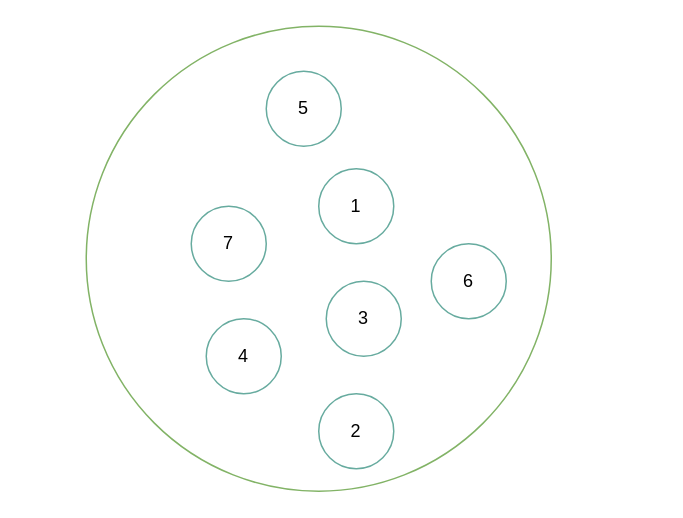
The draw.io diagram images/structure/01-01.drawio in overnote/over-algorithm, before the edit. Source tidied: cells renumbered, new cells numbered last; positions are measured from the earlier drawing's top-left corner, leaving out a move shared by most shapes. Both pictures are drawn from the tidied source at 150%, with x=0, y=0 at pixel (86, 26).
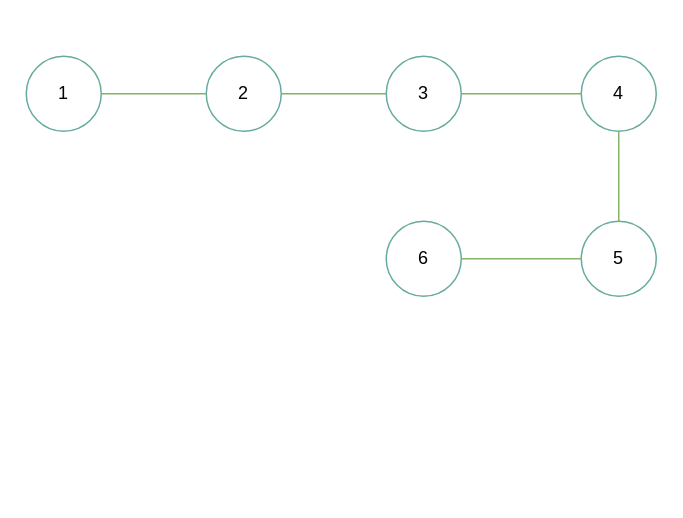
Above is the later version.

The edit, as a diff of the source:
```diff
@@
 <mxGraphModel>
   <root>
     <mxCell id="0" />
     <mxCell id="1" parent="0" />
-    <mxCell id="2" style="ellipse;whiteSpace=wrap;html=1;fillColor=none;strokeColor=#82b366;" parent="1" vertex="1">
-      <mxGeometry width="310" height="310" as="geometry" />
-    </mxCell>
-    <mxCell id="3" value="7" style="ellipse;whiteSpace=wrap;html=1;fillColor=none;strokeColor=#67AB9F;" parent="1" vertex="1">
-      <mxGeometry x="70" y="120" width="50" height="50" as="geometry" />
-    </mxCell>
-    <mxCell id="4" value="5" style="ellipse;whiteSpace=wrap;html=1;fillColor=none;strokeColor=#67AB9F;" parent="1" vertex="1">
-      <mxGeometry x="120" y="30" width="50" height="50" as="geometry" />
+    <mxCell id="4" value="4" style="ellipse;whiteSpace=wrap;html=1;fillColor=none;strokeColor=#67AB9F;" parent="1" vertex="1">
+      <mxGeometry x="330" y="20" width="50" height="50" as="geometry" />
     </mxCell>
     <mxCell id="5" value="1" style="ellipse;whiteSpace=wrap;html=1;fillColor=none;strokeColor=#67AB9F;" parent="1" vertex="1">
-      <mxGeometry x="155" y="95" width="50" height="50" as="geometry" />
+      <mxGeometry x="-40" y="20" width="50" height="50" as="geometry" />
     </mxCell>
-    <mxCell id="6" value="6" style="ellipse;whiteSpace=wrap;html=1;fillColor=none;strokeColor=#67AB9F;" parent="1" vertex="1">
-      <mxGeometry x="230" y="145" width="50" height="50" as="geometry" />
+    <mxCell id="6" value="5" style="ellipse;whiteSpace=wrap;html=1;fillColor=none;strokeColor=#67AB9F;" parent="1" vertex="1">
+      <mxGeometry x="330" y="130" width="50" height="50" as="geometry" />
     </mxCell>
     <mxCell id="7" value="3" style="ellipse;whiteSpace=wrap;html=1;fillColor=none;strokeColor=#67AB9F;" parent="1" vertex="1">
-      <mxGeometry x="160" y="170" width="50" height="50" as="geometry" />
+      <mxGeometry x="200" y="20" width="50" height="50" as="geometry" />
     </mxCell>
-    <mxCell id="8" value="4" style="ellipse;whiteSpace=wrap;html=1;fillColor=none;strokeColor=#67AB9F;" parent="1" vertex="1">
-      <mxGeometry x="80" y="195" width="50" height="50" as="geometry" />
+    <mxCell id="8" value="6" style="ellipse;whiteSpace=wrap;html=1;fillColor=none;strokeColor=#67AB9F;" parent="1" vertex="1">
+      <mxGeometry x="200" y="130" width="50" height="50" as="geometry" />
     </mxCell>
     <mxCell id="9" value="2" style="ellipse;whiteSpace=wrap;html=1;fillColor=none;strokeColor=#67AB9F;" parent="1" vertex="1">
-      <mxGeometry x="155" y="245" width="50" height="50" as="geometry" />
+      <mxGeometry x="80" y="20" width="50" height="50" as="geometry" />
     </mxCell>
+    <mxCell id="10" style="endArrow=none;html=1;fillColor=#d5e8d4;strokeColor=#82b366;exitX=1;exitY=0.5;exitDx=0;exitDy=0;entryX=0;entryY=0.5;entryDx=0;entryDy=0;" parent="1" edge="1" source="5" target="9">
+      <mxGeometry relative="1" as="geometry" />
+    </mxCell>
+    <mxCell id="11" style="endArrow=none;html=1;fillColor=#d5e8d4;strokeColor=#82b366;exitX=1;exitY=0.5;exitDx=0;exitDy=0;" parent="1" edge="1" source="9" target="7">
+      <mxGeometry relative="1" as="geometry" />
+    </mxCell>
+    <mxCell id="12" style="endArrow=none;html=1;fillColor=#d5e8d4;strokeColor=#82b366;exitX=1;exitY=0.5;exitDx=0;exitDy=0;entryX=0;entryY=0.5;entryDx=0;entryDy=0;" parent="1" edge="1" source="7" target="4">
+      <mxGeometry relative="1" as="geometry" />
+    </mxCell>
+    <mxCell id="13" style="endArrow=none;html=1;fillColor=#d5e8d4;strokeColor=#82b366;exitX=0.5;exitY=1;exitDx=0;exitDy=0;entryX=0.5;entryY=0;entryDx=0;entryDy=0;" parent="1" edge="1" source="4" target="6">
+      <mxGeometry relative="1" as="geometry" />
+    </mxCell>
+    <mxCell id="14" style="endArrow=none;html=1;fillColor=#d5e8d4;strokeColor=#82b366;exitX=1;exitY=0.5;exitDx=0;exitDy=0;entryX=0;entryY=0.5;entryDx=0;entryDy=0;" parent="1" edge="1" source="8" target="6">
+      <mxGeometry relative="1" as="geometry" />
+    </mxCell>
   </root>
 </mxGraphModel>
```
